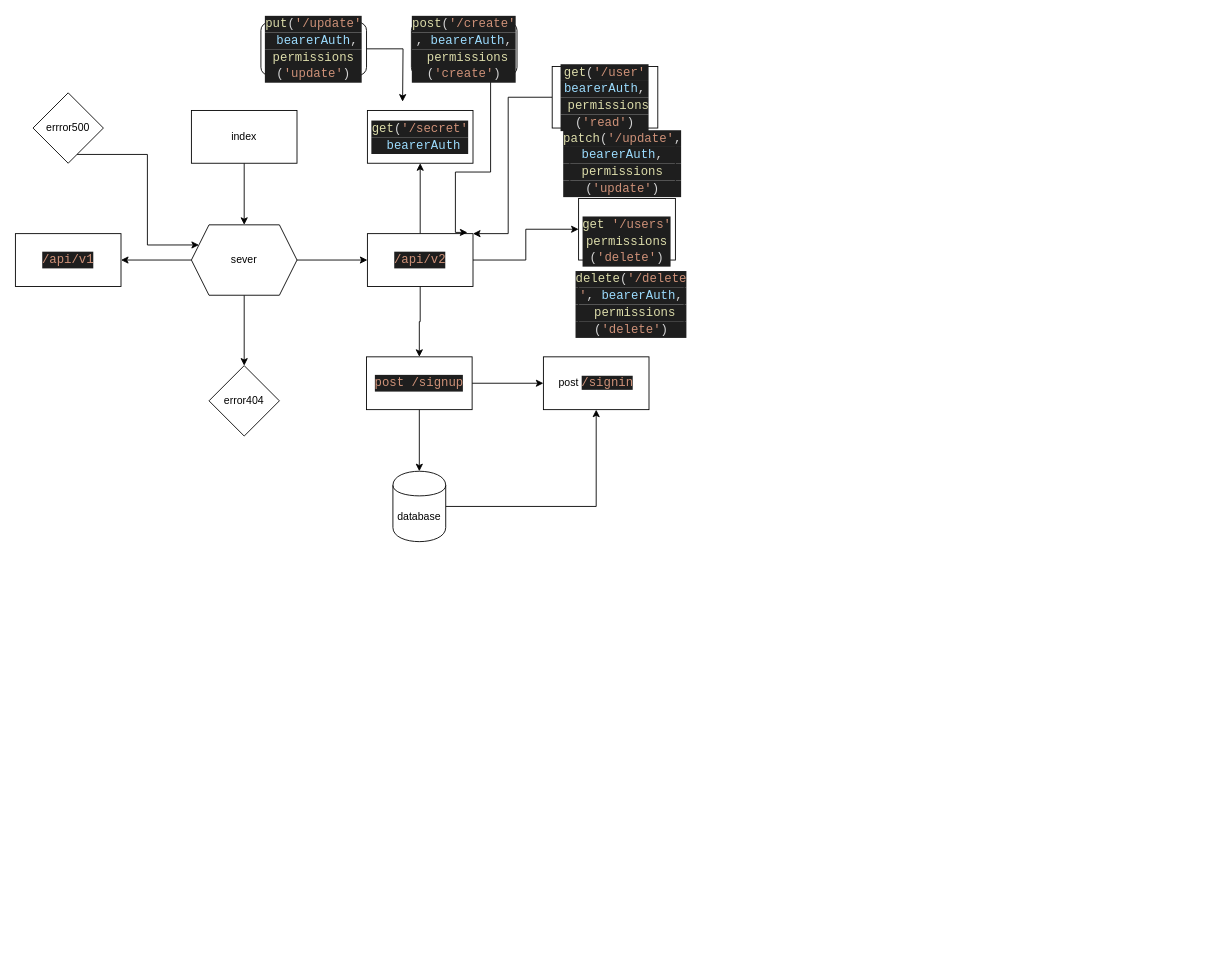
Before: Untitled Diagram.drawio in ahmad-arman/auth-api, a draw.io diagram. Source tidied: cells renumbered, new cells numbered last; positions are measured from the earlier drawing's top-left corner, leaving out a move shared by most shapes. Both pictures are drawn from the tidied source at 88%, with x=0, y=0 at pixel (15, 22).
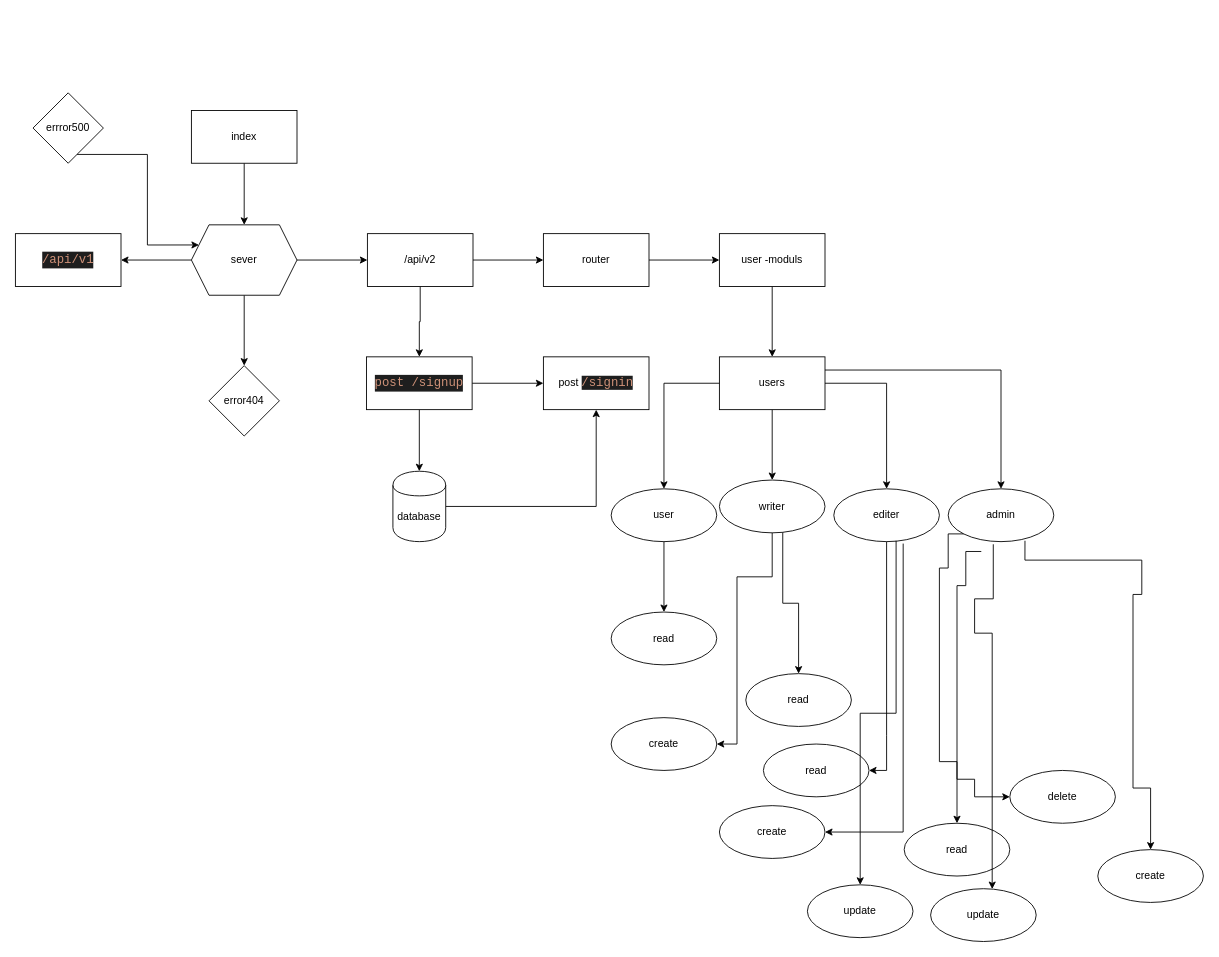
The same page after the edit.

Change to the diagram source:
```diff
@@
-    <mxCell id="9" style="edgeStyle=orthogonalEdgeStyle;rounded=0;jettySize=auto;html=1;" parent="1" edge="1" source="11" target="20">
-      <mxGeometry relative="1" as="geometry" />
-    </mxCell>
-    <mxCell id="10" style="edgeStyle=orthogonalEdgeStyle;rounded=0;jettySize=auto;html=1;" parent="1" edge="1" source="11" target="21">
-      <mxGeometry relative="1" as="geometry" />
-    </mxCell>
+    <mxCell id="32" style="edgeStyle=orthogonalEdgeStyle;rounded=0;jettySize=auto;html=1;" parent="1" edge="1" source="11" target="34">
+      <mxGeometry relative="1" as="geometry" />
+    </mxCell>
-    <mxCell id="11" value="&#10;&#10;&lt;div style=&quot;color: rgb(212, 212, 212); background-color: rgb(30, 30, 30); font-family: consolas, &amp;quot;courier new&amp;quot;, monospace; font-weight: normal; font-size: 14px; line-height: 19px;&quot;&gt;&lt;div&gt;&lt;span style=&quot;color: #ce9178&quot;&gt;/api/v2&lt;/span&gt;&lt;/div&gt;&lt;/div&gt;&#10;&#10;" style="whiteSpace=wrap;html=1;rounded=0;" parent="1" vertex="1">
+    <mxCell id="11" value="/api/v2" style="whiteSpace=wrap;html=1;rounded=0;" parent="1" vertex="1">
       <mxGeometry x="400" y="240" width="120" height="60" as="geometry" />
     </mxCell>
@@
-    <mxCell id="20" value="&lt;br&gt;&lt;br&gt;&lt;div style=&quot;background-color: rgb(30 , 30 , 30) ; font-family: &amp;#34;consolas&amp;#34; , &amp;#34;courier new&amp;#34; , monospace ; font-weight: normal ; font-size: 14px ; line-height: 19px&quot;&gt;&lt;div&gt;&lt;span style=&quot;color: rgb(220 , 220 , 170)&quot;&gt;get&lt;/span&gt;&lt;font color=&quot;#d4d4d4&quot;&gt;&amp;nbsp;&lt;/font&gt;&lt;span style=&quot;color: rgb(206 , 145 , 120)&quot;&gt;'/users'&lt;/span&gt;&lt;/div&gt;&lt;div&gt;&lt;div style=&quot;color: rgb(212 , 212 , 212) ; font-family: &amp;#34;consolas&amp;#34; , &amp;#34;courier new&amp;#34; , monospace ; line-height: 19px&quot;&gt;&lt;span style=&quot;color: #dcdcaa&quot;&gt;permissions&lt;/span&gt;&lt;/div&gt;&lt;div style=&quot;color: rgb(212 , 212 , 212) ; font-family: &amp;#34;consolas&amp;#34; , &amp;#34;courier new&amp;#34; , monospace ; line-height: 19px&quot;&gt;(&lt;span style=&quot;color: #ce9178&quot;&gt;'delete'&lt;/span&gt;)&lt;/div&gt;&lt;/div&gt;&lt;/div&gt;" style="whiteSpace=wrap;html=1;rounded=0;" parent="1" vertex="1">
-      <mxGeometry x="640" y="200" width="110" height="70" as="geometry" />
-    </mxCell>
-    <mxCell id="21" value="&lt;div style=&quot;color: rgb(212 , 212 , 212) ; background-color: rgb(30 , 30 , 30) ; font-family: &amp;#34;consolas&amp;#34; , &amp;#34;courier new&amp;#34; , monospace ; font-size: 14px ; line-height: 19px&quot;&gt;&lt;span style=&quot;color: #dcdcaa&quot;&gt;get&lt;/span&gt;(&lt;span style=&quot;color: #ce9178&quot;&gt;'/secret'&lt;/span&gt;&lt;/div&gt;&lt;div style=&quot;color: rgb(212 , 212 , 212) ; background-color: rgb(30 , 30 , 30) ; font-family: &amp;#34;consolas&amp;#34; , &amp;#34;courier new&amp;#34; , monospace ; font-size: 14px ; line-height: 19px&quot;&gt;&amp;nbsp;&lt;span style=&quot;color: #9cdcfe&quot;&gt;bearerAuth&lt;/span&gt;&lt;/div&gt;" style="whiteSpace=wrap;html=1;rounded=0;" parent="1" vertex="1">
-      <mxGeometry x="400" y="100" width="120" height="60" as="geometry" />
-    </mxCell>
-    <mxCell id="22" style="edgeStyle=orthogonalEdgeStyle;rounded=0;jettySize=auto;html=1;entryX=1;entryY=0;entryDx=0;entryDy=0;" parent="1" edge="1" source="23" target="11">
-      <mxGeometry relative="1" as="geometry">
-        <Array as="points">
-          <mxPoint x="560" y="85" />
-          <mxPoint x="560" y="240" />
-        </Array>
-      </mxGeometry>
-    </mxCell>
-    <mxCell id="23" value="&lt;div style=&quot;color: rgb(212 , 212 , 212) ; background-color: rgb(30 , 30 , 30) ; font-family: &amp;#34;consolas&amp;#34; , &amp;#34;courier new&amp;#34; , monospace ; font-size: 14px ; line-height: 19px&quot;&gt;&lt;span style=&quot;color: #dcdcaa&quot;&gt;get&lt;/span&gt;(&lt;span style=&quot;color: #ce9178&quot;&gt;'/user'&lt;/span&gt;&lt;/div&gt;&lt;div style=&quot;color: rgb(212 , 212 , 212) ; background-color: rgb(30 , 30 , 30) ; font-family: &amp;#34;consolas&amp;#34; , &amp;#34;courier new&amp;#34; , monospace ; font-size: 14px ; line-height: 19px&quot;&gt;&lt;span style=&quot;color: #9cdcfe&quot;&gt;bearerAuth&lt;/span&gt;,&lt;/div&gt;&lt;div style=&quot;color: rgb(212 , 212 , 212) ; background-color: rgb(30 , 30 , 30) ; font-family: &amp;#34;consolas&amp;#34; , &amp;#34;courier new&amp;#34; , monospace ; font-size: 14px ; line-height: 19px&quot;&gt;&amp;nbsp;&lt;span style=&quot;color: #dcdcaa&quot;&gt;permissions&lt;/span&gt;&lt;/div&gt;&lt;div style=&quot;color: rgb(212 , 212 , 212) ; background-color: rgb(30 , 30 , 30) ; font-family: &amp;#34;consolas&amp;#34; , &amp;#34;courier new&amp;#34; , monospace ; font-size: 14px ; line-height: 19px&quot;&gt;(&lt;span style=&quot;color: #ce9178&quot;&gt;'read'&lt;/span&gt;)&lt;/div&gt;" style="rounded=0;whiteSpace=wrap;html=1;" parent="1" vertex="1">
-      <mxGeometry x="610" y="50" width="120" height="70" as="geometry" />
-    </mxCell>
-    <mxCell id="24" style="edgeStyle=orthogonalEdgeStyle;rounded=0;jettySize=auto;html=1;entryX=0.947;entryY=-0.023;entryDx=0;entryDy=0;entryPerimeter=0;" parent="1" edge="1" source="25" target="11">
-      <mxGeometry relative="1" as="geometry">
-        <Array as="points">
-          <mxPoint x="540" y="170" />
-          <mxPoint x="500" y="170" />
-          <mxPoint x="500" y="239" />
-        </Array>
-      </mxGeometry>
-    </mxCell>
-    <mxCell id="25" value="&lt;div style=&quot;color: rgb(212 , 212 , 212) ; background-color: rgb(30 , 30 , 30) ; font-family: &amp;#34;consolas&amp;#34; , &amp;#34;courier new&amp;#34; , monospace ; font-size: 14px ; line-height: 19px&quot;&gt;&lt;span style=&quot;color: #dcdcaa&quot;&gt;post&lt;/span&gt;(&lt;span style=&quot;color: #ce9178&quot;&gt;'/create'&lt;/span&gt;&lt;/div&gt;&lt;div style=&quot;color: rgb(212 , 212 , 212) ; background-color: rgb(30 , 30 , 30) ; font-family: &amp;#34;consolas&amp;#34; , &amp;#34;courier new&amp;#34; , monospace ; font-size: 14px ; line-height: 19px&quot;&gt;,&amp;nbsp;&lt;span style=&quot;color: #9cdcfe&quot;&gt;bearerAuth&lt;/span&gt;,&lt;/div&gt;&lt;div style=&quot;color: rgb(212 , 212 , 212) ; background-color: rgb(30 , 30 , 30) ; font-family: &amp;#34;consolas&amp;#34; , &amp;#34;courier new&amp;#34; , monospace ; font-size: 14px ; line-height: 19px&quot;&gt;&amp;nbsp;&lt;span style=&quot;color: #dcdcaa&quot;&gt;permissions&lt;/span&gt;&lt;/div&gt;&lt;div style=&quot;color: rgb(212 , 212 , 212) ; background-color: rgb(30 , 30 , 30) ; font-family: &amp;#34;consolas&amp;#34; , &amp;#34;courier new&amp;#34; , monospace ; font-size: 14px ; line-height: 19px&quot;&gt;(&lt;span style=&quot;color: #ce9178&quot;&gt;'create'&lt;/span&gt;)&lt;/div&gt;" style="rounded=1;whiteSpace=wrap;html=1;" parent="1" vertex="1">
-      <mxGeometry x="450" width="120" height="60" as="geometry" />
-    </mxCell>
-    <mxCell id="26" style="edgeStyle=orthogonalEdgeStyle;rounded=0;jettySize=auto;html=1;" parent="1" edge="1" source="27">
-      <mxGeometry relative="1" as="geometry">
-        <mxPoint x="440" y="90" as="targetPoint" />
-      </mxGeometry>
-    </mxCell>
-    <mxCell id="27" value="&lt;div style=&quot;color: rgb(212 , 212 , 212) ; background-color: rgb(30 , 30 , 30) ; font-family: &amp;#34;consolas&amp;#34; , &amp;#34;courier new&amp;#34; , monospace ; font-size: 14px ; line-height: 19px&quot;&gt;&lt;span style=&quot;color: #dcdcaa&quot;&gt;put&lt;/span&gt;(&lt;span style=&quot;color: #ce9178&quot;&gt;'/update'&lt;/span&gt;&lt;/div&gt;&lt;div style=&quot;color: rgb(212 , 212 , 212) ; background-color: rgb(30 , 30 , 30) ; font-family: &amp;#34;consolas&amp;#34; , &amp;#34;courier new&amp;#34; , monospace ; font-size: 14px ; line-height: 19px&quot;&gt;&amp;nbsp;&lt;span style=&quot;color: #9cdcfe&quot;&gt;bearerAuth&lt;/span&gt;,&lt;/div&gt;&lt;div style=&quot;color: rgb(212 , 212 , 212) ; background-color: rgb(30 , 30 , 30) ; font-family: &amp;#34;consolas&amp;#34; , &amp;#34;courier new&amp;#34; , monospace ; font-size: 14px ; line-height: 19px&quot;&gt;&lt;span style=&quot;color: #dcdcaa&quot;&gt;permissions&lt;/span&gt;&lt;/div&gt;&lt;div style=&quot;color: rgb(212 , 212 , 212) ; background-color: rgb(30 , 30 , 30) ; font-family: &amp;#34;consolas&amp;#34; , &amp;#34;courier new&amp;#34; , monospace ; font-size: 14px ; line-height: 19px&quot;&gt;(&lt;span style=&quot;color: #ce9178&quot;&gt;'update'&lt;/span&gt;)&lt;/div&gt;" style="rounded=1;whiteSpace=wrap;html=1;" parent="1" vertex="1">
-      <mxGeometry x="279" width="120" height="60" as="geometry" />
-    </mxCell>
-    <mxCell id="28" value="&lt;div style=&quot;color: rgb(212 , 212 , 212) ; background-color: rgb(30 , 30 , 30) ; font-family: &amp;#34;consolas&amp;#34; , &amp;#34;courier new&amp;#34; , monospace ; font-size: 14px ; line-height: 19px&quot;&gt;&lt;span style=&quot;color: #dcdcaa&quot;&gt;patch&lt;/span&gt;(&lt;span style=&quot;color: #ce9178&quot;&gt;'/update'&lt;/span&gt;,&lt;/div&gt;&lt;div style=&quot;color: rgb(212 , 212 , 212) ; background-color: rgb(30 , 30 , 30) ; font-family: &amp;#34;consolas&amp;#34; , &amp;#34;courier new&amp;#34; , monospace ; font-size: 14px ; line-height: 19px&quot;&gt;&amp;nbsp;&lt;span style=&quot;color: #9cdcfe&quot;&gt;bearerAuth&lt;/span&gt;,&amp;nbsp;&lt;/div&gt;&lt;div style=&quot;color: rgb(212 , 212 , 212) ; background-color: rgb(30 , 30 , 30) ; font-family: &amp;#34;consolas&amp;#34; , &amp;#34;courier new&amp;#34; , monospace ; font-size: 14px ; line-height: 19px&quot;&gt;&lt;span style=&quot;color: #dcdcaa&quot;&gt;permissions&lt;/span&gt;&lt;/div&gt;&lt;div style=&quot;color: rgb(212 , 212 , 212) ; background-color: rgb(30 , 30 , 30) ; font-family: &amp;#34;consolas&amp;#34; , &amp;#34;courier new&amp;#34; , monospace ; font-size: 14px ; line-height: 19px&quot;&gt;(&lt;span style=&quot;color: #ce9178&quot;&gt;'update'&lt;/span&gt;)&lt;/div&gt;" style="rounded=1;whiteSpace=wrap;html=1;" parent="1" vertex="1">
-      <mxGeometry x="630" y="130" width="120" height="60" as="geometry" />
-    </mxCell>
-    <mxCell id="29" value="&lt;div style=&quot;color: rgb(212 , 212 , 212) ; background-color: rgb(30 , 30 , 30) ; font-family: &amp;#34;consolas&amp;#34; , &amp;#34;courier new&amp;#34; , monospace ; font-size: 14px ; line-height: 19px&quot;&gt;&lt;span style=&quot;color: #dcdcaa&quot;&gt;delete&lt;/span&gt;(&lt;span style=&quot;color: #ce9178&quot;&gt;'/delete&lt;/span&gt;&lt;/div&gt;&lt;div style=&quot;color: rgb(212 , 212 , 212) ; background-color: rgb(30 , 30 , 30) ; font-family: &amp;#34;consolas&amp;#34; , &amp;#34;courier new&amp;#34; , monospace ; font-size: 14px ; line-height: 19px&quot;&gt;&lt;span style=&quot;color: #ce9178&quot;&gt;'&lt;/span&gt;,&amp;nbsp;&lt;span style=&quot;color: #9cdcfe&quot;&gt;bearerAuth&lt;/span&gt;,&lt;/div&gt;&lt;div style=&quot;color: rgb(212 , 212 , 212) ; background-color: rgb(30 , 30 , 30) ; font-family: &amp;#34;consolas&amp;#34; , &amp;#34;courier new&amp;#34; , monospace ; font-size: 14px ; line-height: 19px&quot;&gt;&amp;nbsp;&lt;span style=&quot;color: #dcdcaa&quot;&gt;permissions&lt;/span&gt;&lt;/div&gt;&lt;div style=&quot;color: rgb(212 , 212 , 212) ; background-color: rgb(30 , 30 , 30) ; font-family: &amp;#34;consolas&amp;#34; , &amp;#34;courier new&amp;#34; , monospace ; font-size: 14px ; line-height: 19px&quot;&gt;(&lt;span style=&quot;color: #ce9178&quot;&gt;'delete'&lt;/span&gt;)&lt;/div&gt;" style="rounded=1;whiteSpace=wrap;html=1;" parent="1" vertex="1">
-      <mxGeometry x="640" y="290" width="120" height="60" as="geometry" />
-    </mxCell>
@@
+    <mxCell id="33" style="edgeStyle=orthogonalEdgeStyle;rounded=0;jettySize=auto;html=1;" parent="1" edge="1" source="34" target="36">
+      <mxGeometry relative="1" as="geometry" />
+    </mxCell>
+    <mxCell id="34" value="router" style="rounded=0;whiteSpace=wrap;html=1;" parent="1" vertex="1">
+      <mxGeometry x="600" y="240" width="120" height="60" as="geometry" />
+    </mxCell>
+    <mxCell id="35" style="edgeStyle=orthogonalEdgeStyle;rounded=0;jettySize=auto;html=1;" parent="1" edge="1" source="36" target="38">
+      <mxGeometry relative="1" as="geometry" />
+    </mxCell>
+    <mxCell id="36" value="user -moduls" style="whiteSpace=wrap;html=1;rounded=0;" parent="1" vertex="1">
+      <mxGeometry x="800" y="240" width="120" height="60" as="geometry" />
+    </mxCell>
+    <mxCell id="37" style="edgeStyle=orthogonalEdgeStyle;rounded=0;jettySize=auto;html=1;" parent="1" edge="1" source="38" target="39">
+      <mxGeometry relative="1" as="geometry" />
+    </mxCell>
+    <mxCell id="38" value="users" style="whiteSpace=wrap;html=1;rounded=0;" parent="1" vertex="1">
+      <mxGeometry x="800" y="380" width="120" height="60" as="geometry" />
+    </mxCell>
+    <mxCell id="39" value="writer" style="ellipse;whiteSpace=wrap;html=1;rounded=0;" parent="1" vertex="1">
+      <mxGeometry x="800" y="520" width="120" height="60" as="geometry" />
+    </mxCell>
+    <mxCell id="40" style="edgeStyle=orthogonalEdgeStyle;rounded=0;jettySize=auto;html=1;exitX=0;exitY=0.5;exitDx=0;exitDy=0;" parent="1" edge="1" source="38" target="42">
+      <mxGeometry relative="1" as="geometry" />
+    </mxCell>
+    <mxCell id="41" style="edgeStyle=orthogonalEdgeStyle;rounded=0;jettySize=auto;html=1;" parent="1" edge="1" source="42" target="47">
+      <mxGeometry relative="1" as="geometry" />
+    </mxCell>
+    <mxCell id="42" value="user" style="ellipse;whiteSpace=wrap;html=1;rounded=0;" parent="1" vertex="1">
+      <mxGeometry x="677" y="530" width="120" height="60" as="geometry" />
+    </mxCell>
+    <mxCell id="43" style="edgeStyle=orthogonalEdgeStyle;rounded=0;jettySize=auto;html=1;" parent="1" edge="1" source="38" target="44">
+      <mxGeometry relative="1" as="geometry" />
+    </mxCell>
+    <mxCell id="44" value="editer" style="ellipse;whiteSpace=wrap;html=1;rounded=0;" parent="1" vertex="1">
+      <mxGeometry x="930" y="530" width="120" height="60" as="geometry" />
+    </mxCell>
+    <mxCell id="45" style="edgeStyle=orthogonalEdgeStyle;rounded=0;jettySize=auto;html=1;exitX=1;exitY=0.25;exitDx=0;exitDy=0;" parent="1" edge="1" source="38" target="46">
+      <mxGeometry relative="1" as="geometry" />
+    </mxCell>
+    <mxCell id="46" value="admin" style="ellipse;whiteSpace=wrap;html=1;rounded=0;" parent="1" vertex="1">
+      <mxGeometry x="1060" y="530" width="120" height="60" as="geometry" />
+    </mxCell>
+    <mxCell id="47" value="read" style="ellipse;whiteSpace=wrap;html=1;rounded=0;" parent="1" vertex="1">
+      <mxGeometry x="677" y="670" width="120" height="60" as="geometry" />
+    </mxCell>
+    <mxCell id="48" style="edgeStyle=orthogonalEdgeStyle;rounded=0;jettySize=auto;html=1;exitX=0.5;exitY=1;exitDx=0;exitDy=0;" parent="1" edge="1" source="39" target="49">
+      <mxGeometry relative="1" as="geometry">
+        <Array as="points">
+          <mxPoint x="860" y="630" />
+          <mxPoint x="820" y="630" />
+          <mxPoint x="820" y="820" />
+        </Array>
+      </mxGeometry>
+    </mxCell>
+    <mxCell id="49" value="create" style="ellipse;whiteSpace=wrap;html=1;rounded=0;" parent="1" vertex="1">
+      <mxGeometry x="677" y="790" width="120" height="60" as="geometry" />
+    </mxCell>
+    <mxCell id="50" style="edgeStyle=orthogonalEdgeStyle;rounded=0;jettySize=auto;html=1;exitX=0.6;exitY=0.99;exitDx=0;exitDy=0;exitPerimeter=0;" parent="1" edge="1" source="39" target="51">
+      <mxGeometry relative="1" as="geometry" />
+    </mxCell>
+    <mxCell id="51" value="read" style="ellipse;whiteSpace=wrap;html=1;rounded=0;" parent="1" vertex="1">
+      <mxGeometry x="830" y="740" width="120" height="60" as="geometry" />
+    </mxCell>
+    <mxCell id="52" style="edgeStyle=orthogonalEdgeStyle;rounded=0;jettySize=auto;html=1;exitX=0.5;exitY=1;exitDx=0;exitDy=0;" parent="1" edge="1" source="44" target="53">
+      <mxGeometry relative="1" as="geometry">
+        <Array as="points">
+          <mxPoint x="990" y="810" />
+          <mxPoint x="990" y="810" />
+        </Array>
+      </mxGeometry>
+    </mxCell>
+    <mxCell id="53" value="read" style="ellipse;whiteSpace=wrap;html=1;rounded=0;" parent="1" vertex="1">
+      <mxGeometry x="850" y="820" width="120" height="60" as="geometry" />
+    </mxCell>
+    <mxCell id="54" style="edgeStyle=orthogonalEdgeStyle;rounded=0;jettySize=auto;html=1;exitX=0.59;exitY=0.983;exitDx=0;exitDy=0;exitPerimeter=0;" parent="1" edge="1" source="44" target="55">
+      <mxGeometry relative="1" as="geometry" />
+    </mxCell>
+    <mxCell id="55" value="update" style="ellipse;whiteSpace=wrap;html=1;rounded=0;" parent="1" vertex="1">
+      <mxGeometry x="900" y="980" width="120" height="60" as="geometry" />
+    </mxCell>
+    <mxCell id="56" style="edgeStyle=orthogonalEdgeStyle;rounded=0;jettySize=auto;html=1;exitX=0.657;exitY=1.037;exitDx=0;exitDy=0;exitPerimeter=0;" parent="1" edge="1" source="44" target="57">
+      <mxGeometry relative="1" as="geometry">
+        <Array as="points">
+          <mxPoint x="1009" y="920" />
+        </Array>
+      </mxGeometry>
+    </mxCell>
+    <mxCell id="57" value="create" style="ellipse;whiteSpace=wrap;html=1;rounded=0;" parent="1" vertex="1">
+      <mxGeometry x="800" y="890" width="120" height="60" as="geometry" />
+    </mxCell>
+    <mxCell id="58" style="edgeStyle=orthogonalEdgeStyle;rounded=0;jettySize=auto;html=1;exitX=0;exitY=1;exitDx=0;exitDy=0;" parent="1" edge="1" source="46" target="59">
+      <mxGeometry relative="1" as="geometry">
+        <Array as="points">
+          <mxPoint x="1060" y="581" />
+          <mxPoint x="1060" y="620" />
+          <mxPoint x="1050" y="620" />
+          <mxPoint x="1050" y="840" />
+          <mxPoint x="1070" y="840" />
+        </Array>
+      </mxGeometry>
+    </mxCell>
+    <mxCell id="59" value="read" style="ellipse;whiteSpace=wrap;html=1;rounded=0;" parent="1" vertex="1">
+      <mxGeometry x="1010" y="910" width="120" height="60" as="geometry" />
+    </mxCell>
+    <mxCell id="60" style="edgeStyle=orthogonalEdgeStyle;rounded=0;jettySize=auto;html=1;exitX=0.427;exitY=1.05;exitDx=0;exitDy=0;exitPerimeter=0;" parent="1" edge="1" source="46" target="61">
+      <mxGeometry relative="1" as="geometry">
+        <Array as="points">
+          <mxPoint x="1111" y="655" />
+          <mxPoint x="1090" y="655" />
+          <mxPoint x="1090" y="694" />
+          <mxPoint x="1110" y="694" />
+        </Array>
+      </mxGeometry>
+    </mxCell>
+    <mxCell id="61" value="update" style="ellipse;whiteSpace=wrap;html=1;rounded=0;" parent="1" vertex="1">
+      <mxGeometry x="1040" y="984.4" width="120" height="60" as="geometry" />
+    </mxCell>
+    <mxCell id="62" style="edgeStyle=orthogonalEdgeStyle;rounded=0;jettySize=auto;html=1;exitX=0;exitY=1;exitDx=0;exitDy=0;" parent="1" edge="1" target="63">
+      <mxGeometry relative="1" as="geometry">
+        <mxPoint x="1097.6" y="601.2" as="sourcePoint" />
+        <Array as="points">
+          <mxPoint x="1080" y="601" />
+          <mxPoint x="1080" y="640" />
+          <mxPoint x="1070" y="640" />
+          <mxPoint x="1070" y="860" />
+          <mxPoint x="1090" y="860" />
+        </Array>
+      </mxGeometry>
+    </mxCell>
+    <mxCell id="63" value="delete" style="ellipse;whiteSpace=wrap;html=1;rounded=0;" parent="1" vertex="1">
+      <mxGeometry x="1130" y="850" width="120" height="60" as="geometry" />
+    </mxCell>
+    <mxCell id="64" style="edgeStyle=orthogonalEdgeStyle;rounded=0;jettySize=auto;html=1;exitX=0.727;exitY=0.983;exitDx=0;exitDy=0;exitPerimeter=0;" parent="1" edge="1" source="46" target="65">
+      <mxGeometry relative="1" as="geometry">
+        <Array as="points">
+          <mxPoint x="1147" y="611" />
+          <mxPoint x="1280" y="611" />
+          <mxPoint x="1280" y="650" />
+          <mxPoint x="1270" y="650" />
+          <mxPoint x="1270" y="870" />
+          <mxPoint x="1290" y="870" />
+        </Array>
+      </mxGeometry>
+    </mxCell>
+    <mxCell id="65" value="create" style="ellipse;whiteSpace=wrap;html=1;rounded=0;" parent="1" vertex="1">
+      <mxGeometry x="1230" y="940" width="120" height="60" as="geometry" />
+    </mxCell>
```
